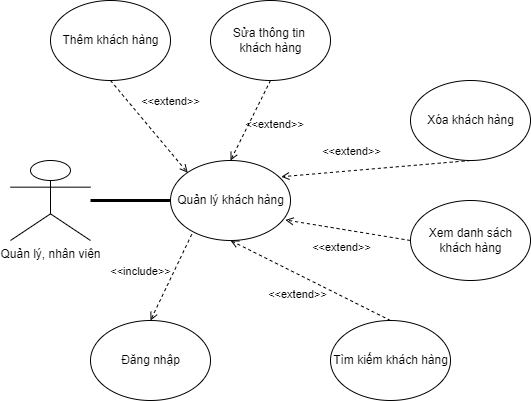
Earlier version of the draw.io export Báo Cáo/Diagram/Usecase/Usecase_KhachHang.png (Kindaichicao/plane-ticket). Source tidied: cells renumbered, new cells last; positions are measured from the earlier drawing's top-left corner, leaving out a move shared by most shapes.
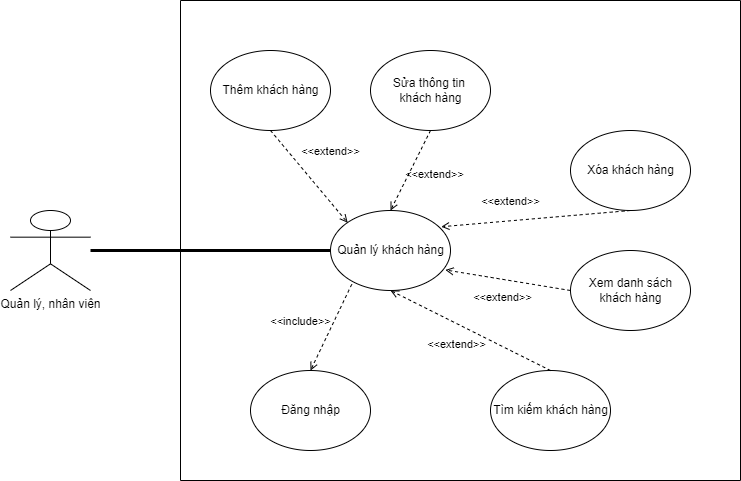
The same diagram one commit later.

The edit, as a diff of the source:
```diff
@@ -3,7 +3,7 @@
     <mxCell id="0" />
     <mxCell id="1" parent="0" />
     <mxCell id="2" value="Quản lý, nhân viên" style="shape=umlActor;verticalLabelPosition=bottom;verticalAlign=top;html=1;" parent="1" vertex="1">
-      <mxGeometry y="160" width="80" height="80" as="geometry" />
+      <mxGeometry x="-160" y="160" width="80" height="80" as="geometry" />
     </mxCell>
     <mxCell id="3" value="Quản lý khách hàng" style="shape=ellipse;horizontal=1;html=1;dashed=0;" parent="1" vertex="1">
       <mxGeometry x="160" y="160" width="120" height="80" as="geometry" />
@@ -47,5 +47,8 @@
     <mxCell id="16" value="&amp;lt;&amp;lt;include&amp;gt;&amp;gt;" style="html=1;verticalAlign=bottom;labelBackgroundColor=none;endArrow=open;endFill=0;dashed=1;rounded=0;exitX=0.177;exitY=0.923;exitDx=0;exitDy=0;exitPerimeter=0;entryX=0.5;entryY=0;entryDx=0;entryDy=0;" parent="1" edge="1" source="3" target="5">
       <mxGeometry x="0.34" y="-26" relative="1" as="geometry" />
     </mxCell>
+    <mxCell id="17" style="swimlane;startSize=0;" parent="1" vertex="1">
+      <mxGeometry x="10" y="-50" width="560" height="480" as="geometry" />
+    </mxCell>
   </root>
 </mxGraphModel>
```
